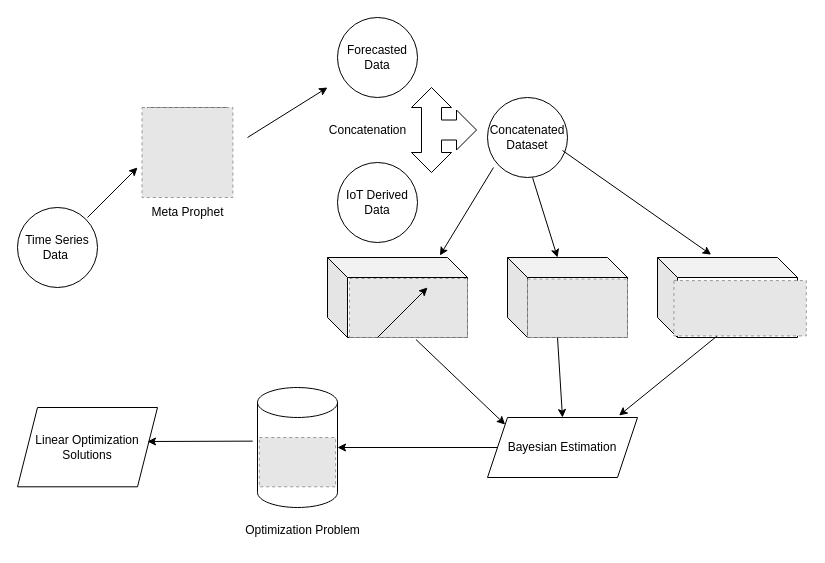
The draw.io diagram ETHDiagram.drawio in HridayM25/ML-Diagrams, before the edit. Source tidied: cells renumbered, new cells numbered last; positions are measured from the earlier drawing's top-left corner, leaving out a move shared by most shapes. Both pictures are drawn from the tidied source at 100%, with x=0, y=0 at pixel (17, 17). Pictures stored in the file or linked from it are replaced by grey dashed boxes.
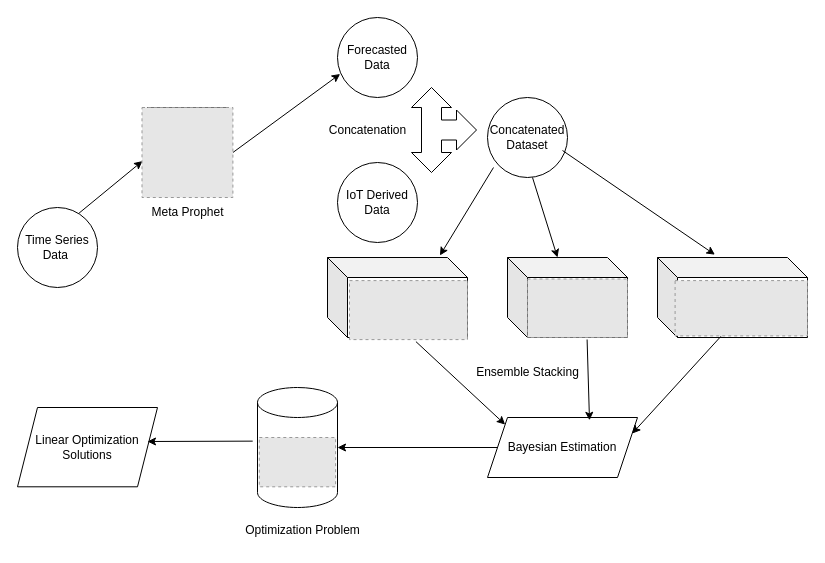
The same diagram, later.

The change refers to these unchanged cells:
```xml
<mxCell id="3" value="Time Series Data&amp;nbsp;" style="ellipse;whiteSpace=wrap;html=1;" parent="1" vertex="1">
  <mxGeometry y="190" width="80" height="80" as="geometry" />
</mxCell>
<mxCell id="11" value="Forecasted Data" style="ellipse;whiteSpace=wrap;html=1;" parent="1" vertex="1">
  <mxGeometry x="320" width="80" height="80" as="geometry" />
</mxCell>
<mxCell id="12" value="Bayesian Estimation" style="shape=parallelogram;perimeter=parallelogramPerimeter;whiteSpace=wrap;html=1;fixedSize=1;" parent="1" vertex="1">
  <mxGeometry x="470" y="400" width="150" height="60" as="geometry" />
</mxCell>
<mxCell id="15" style="fillColor=#E6E6E6;strokeColor=#999999;dashed=1;verticalLabelPosition=bottom;labelBackgroundColor=default;verticalAlign=top;" parent="1" vertex="1">
  <mxGeometry x="510" y="261.5" width="100" height="58.5" as="geometry" />
</mxCell>
<mxCell id="18" style="fillColor=#E6E6E6;strokeColor=#999999;dashed=1;verticalLabelPosition=bottom;labelBackgroundColor=default;verticalAlign=top;" parent="1" vertex="1">
  <mxGeometry x="124.5" y="90" width="90.9" height="90" as="geometry" />
</mxCell>
```

The edit, as a diff of the source:
```diff
@@
-    <mxCell id="4" style="endArrow=classic;html=1;rounded=0;" parent="1" edge="1">
-      <mxGeometry relative="1" as="geometry">
-        <mxPoint x="70" y="200" as="sourcePoint" />
-        <mxPoint x="120" y="150" as="targetPoint" />
-      </mxGeometry>
+    <mxCell id="4" style="endArrow=classic;html=1;rounded=0;exitX=0.77;exitY=0.07;exitDx=0;exitDy=0;exitPerimeter=0;entryX=0.005;entryY=0.595;entryDx=0;entryDy=0;entryPerimeter=0;" parent="1" edge="1" source="3" target="18">
+      <mxGeometry relative="1" as="geometry" />
     </mxCell>
@@
-    <mxCell id="6" style="endArrow=classic;html=1;rounded=0;exitX=1.055;exitY=0.12;exitDx=0;exitDy=0;exitPerimeter=0;" parent="1" edge="1">
-      <mxGeometry relative="1" as="geometry">
-        <mxPoint x="230" y="120" as="sourcePoint" />
-        <mxPoint x="310" y="70" as="targetPoint" />
-      </mxGeometry>
+    <mxCell id="6" style="endArrow=classic;html=1;rounded=0;exitX=1;exitY=0.5;exitDx=0;exitDy=0;entryX=0.033;entryY=0.706;entryDx=0;entryDy=0;entryPerimeter=0;" parent="1" edge="1" source="18" target="11">
+      <mxGeometry relative="1" as="geometry" />
     </mxCell>
@@
     <mxCell id="8" style="shape=cube;whiteSpace=wrap;html=1;boundedLbl=1;backgroundOutline=1;darkOpacity=0.05;darkOpacity2=0.1;" parent="1" vertex="1">
-      <mxGeometry x="640" y="240" width="140" height="80" as="geometry" />
+      <mxGeometry x="640" y="240" width="150" height="80" as="geometry" />
     </mxCell>
@@
     <mxCell id="16" style="fillColor=#E6E6E6;strokeColor=#999999;dashed=1;verticalLabelPosition=bottom;labelBackgroundColor=default;verticalAlign=top;" parent="1" vertex="1">
-      <mxGeometry x="332" y="261" width="118" height="59" as="geometry" />
+      <mxGeometry x="332" y="263.1" width="118" height="59" as="geometry" />
     </mxCell>
     <mxCell id="17" style="fillColor=#E6E6E6;strokeColor=#999999;dashed=1;verticalLabelPosition=bottom;labelBackgroundColor=default;verticalAlign=top;" parent="1" vertex="1">
-      <mxGeometry x="656.4" y="263.1" width="132.4" height="55.3" as="geometry" />
+      <mxGeometry x="657.6" y="263.1" width="132.4" height="55.3" as="geometry" />
     </mxCell>
@@
-    <mxCell id="21" style="endArrow=classic;html=1;rounded=0;entryX=0.5;entryY=0;entryDx=0;entryDy=0;" parent="1" edge="1" target="12">
-      <mxGeometry relative="1" as="geometry">
-        <mxPoint x="540" y="320" as="sourcePoint" />
-      </mxGeometry>
+    <mxCell id="21" style="endArrow=classic;html=1;rounded=0;entryX=0.68;entryY=0.047;entryDx=0;entryDy=0;entryPerimeter=0;exitX=0.596;exitY=1.034;exitDx=0;exitDy=0;exitPerimeter=0;" parent="1" edge="1" source="15" target="12">
+      <mxGeometry relative="1" as="geometry" />
     </mxCell>
-    <mxCell id="22" style="endArrow=classic;html=1;rounded=0;entryX=0.877;entryY=-0.033;entryDx=0;entryDy=0;exitX=0.423;exitY=0.985;exitDx=0;exitDy=0;exitPerimeter=0;entryPerimeter=0;" parent="1" edge="1" source="8" target="12">
+    <mxCell id="22" style="endArrow=classic;html=1;rounded=0;entryX=1;entryY=0.25;entryDx=0;entryDy=0;exitX=0.423;exitY=0.985;exitDx=0;exitDy=0;exitPerimeter=0;" parent="1" edge="1" source="8" target="12">
       <mxGeometry relative="1" as="geometry" />
     </mxCell>
@@
-    <mxCell id="29" style="endArrow=classic;html=1;rounded=0;" parent="1" edge="1">
-      <mxGeometry relative="1" as="geometry">
-        <mxPoint x="360" y="320" as="sourcePoint" />
-        <mxPoint x="410" y="270" as="targetPoint" />
-      </mxGeometry>
-    </mxCell>
@@
+    <mxCell id="33" value="Ensemble Stacking" style="text;html=1;align=center;verticalAlign=middle;strokeColor=none;fillColor=none;" parent="1" vertex="1">
+      <mxGeometry x="445" y="340" width="130" height="30" as="geometry" />
+    </mxCell>
```
